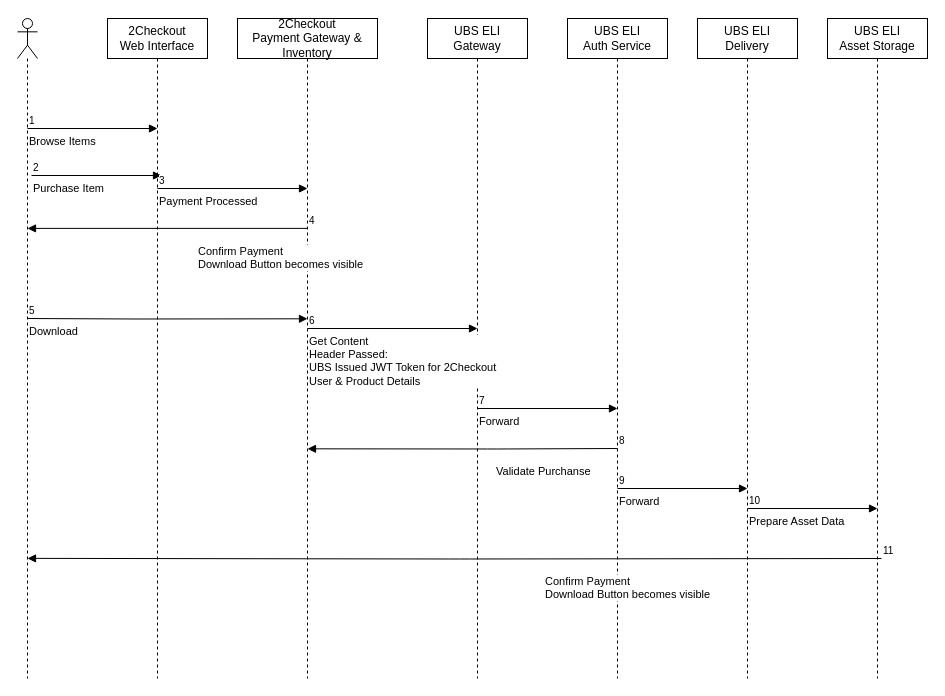
Before: ELI-ShoppingCartOneTime.drawio in kpbindu/Diagrams, a draw.io diagram. Source tidied: cells renumbered, new cells numbered last; positions are measured from the earlier drawing's top-left corner, leaving out a move shared by most shapes. Both pictures are drawn from the tidied source at 100%, with x=0, y=0 at pixel (17, 18).
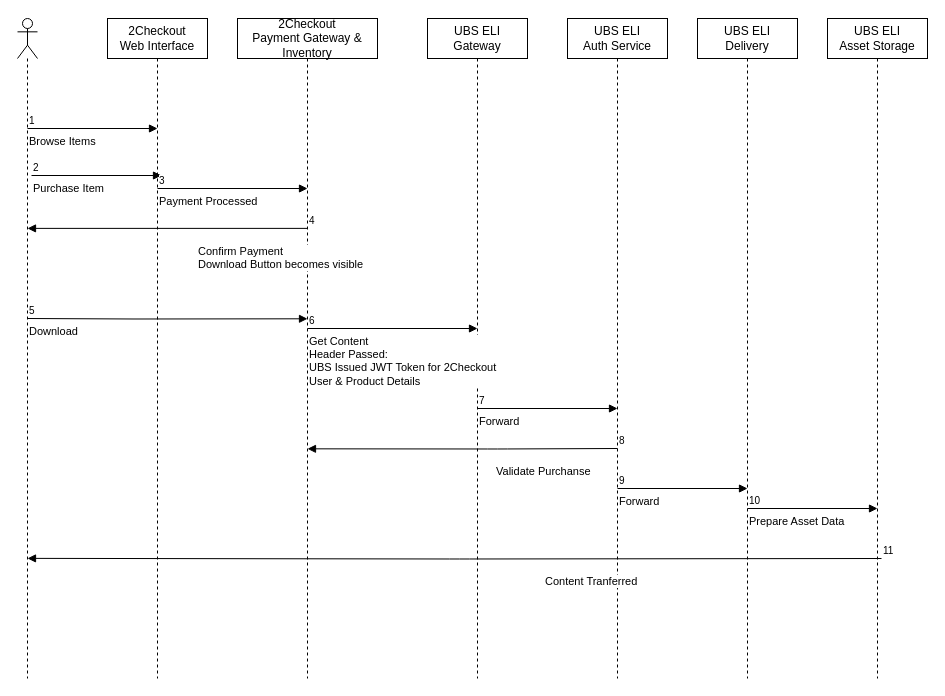
Above is the later version.

Unchanged cells that the change refers to:
```xml
<mxCell id="2" style="shape=umlLifeline;participant=umlActor;perimeter=lifelinePerimeter;whiteSpace=wrap;html=1;verticalAlign=top;spacingTop=36;labelBackgroundColor=#ffffff;outlineConnect=0;" parent="1" vertex="1">
  <mxGeometry width="20" height="660" as="geometry" />
</mxCell>
```

The edit, as a diff of the source:
```diff
@@
-    <mxCell id="29" value="Confirm Payment&lt;br&gt;Download Button becomes visible" style="endArrow=block;endFill=1;html=1;edgeStyle=orthogonalEdgeStyle;align=left;verticalAlign=top;entryX=0.5;entryY=0.818;entryDx=0;entryDy=0;entryPerimeter=0;" parent="1" edge="1" target="2">
+    <mxCell id="29" value="Content Tranferred" style="endArrow=block;endFill=1;html=1;edgeStyle=orthogonalEdgeStyle;align=left;verticalAlign=top;entryX=0.5;entryY=0.818;entryDx=0;entryDy=0;entryPerimeter=0;" parent="1" edge="1" target="2">
       <mxGeometry x="-0.21" y="10" relative="1" as="geometry">
         <mxPoint x="864" y="540" as="sourcePoint" />
       </mxGeometry>
     </mxCell>
```
